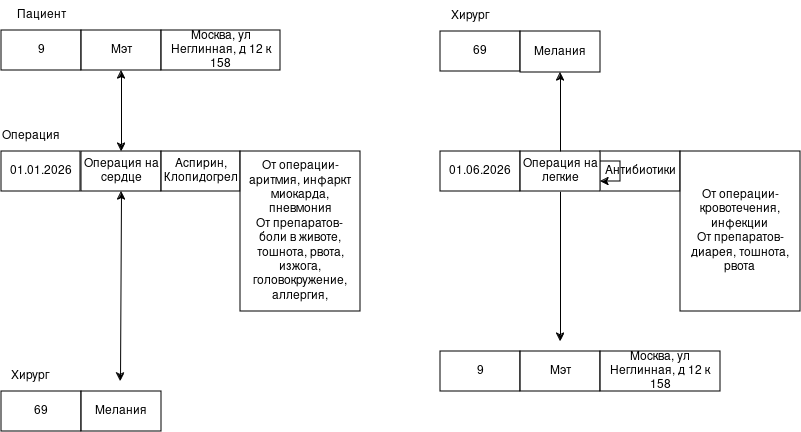
vika200925/Hello-world keeps this draw.io diagram as fons/Диаграмма без названия.drawio.png. Above is the earlier version. Source tidied: cells renumbered, new cells last; positions are measured from the earlier drawing's top-left corner, leaving out a move shared by most shapes.
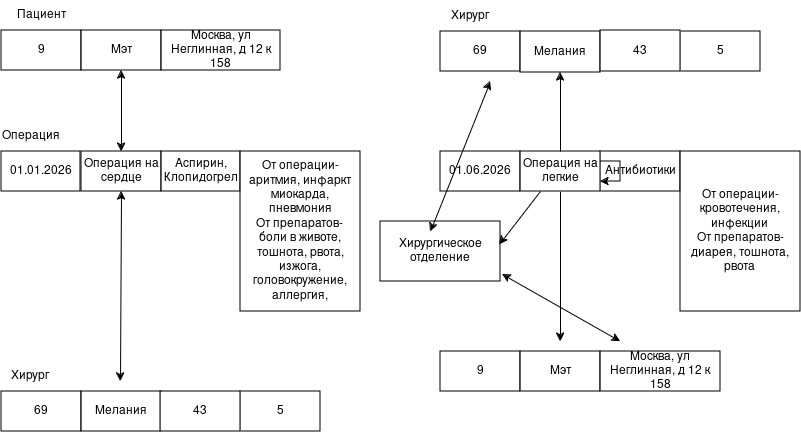
Above is the later version.

Diff of the diagram source:
```diff
@@ -102,5 +102,34 @@
     <mxCell id="32" style="edgeStyle=orthogonalEdgeStyle;rounded=0;orthogonalLoop=1;jettySize=auto;html=1;exitX=0.5;exitY=1;exitDx=0;exitDy=0;" parent="1" edge="1" source="30" target="30">
       <mxGeometry relative="1" as="geometry" />
     </mxCell>
+    <mxCell id="33" value="5" style="rounded=0;whiteSpace=wrap;html=1;" parent="1" vertex="1">
+      <mxGeometry x="240" y="391" width="80" height="40" as="geometry" />
+    </mxCell>
+    <mxCell id="34" value="43" style="rounded=0;whiteSpace=wrap;html=1;" parent="1" vertex="1">
+      <mxGeometry x="160" y="391" width="80" height="40" as="geometry" />
+    </mxCell>
+    <mxCell id="35" value="5" style="rounded=0;whiteSpace=wrap;html=1;" parent="1" vertex="1">
+      <mxGeometry x="680" y="31" width="80" height="40" as="geometry" />
+    </mxCell>
+    <mxCell id="36" value="43" style="rounded=0;whiteSpace=wrap;html=1;" parent="1" vertex="1">
+      <mxGeometry x="600" y="30" width="80" height="41" as="geometry" />
+    </mxCell>
+    <mxCell id="37" value="Хирургическое отделение" style="rounded=0;whiteSpace=wrap;html=1;" parent="1" vertex="1">
+      <mxGeometry x="380" y="221" width="120" height="60" as="geometry" />
+    </mxCell>
+    <mxCell id="38" style="endArrow=classic;startArrow=classic;html=1;rounded=0;" parent="1" edge="1">
+      <mxGeometry relative="1" as="geometry">
+        <mxPoint x="430" y="231" as="sourcePoint" />
+        <mxPoint x="490" y="81" as="targetPoint" />
+      </mxGeometry>
+    </mxCell>
+    <mxCell id="39" style="endArrow=classic;startArrow=classic;html=1;rounded=0;entryX=1.017;entryY=0.883;entryDx=0;entryDy=0;entryPerimeter=0;" parent="1" edge="1" target="37">
+      <mxGeometry relative="1" as="geometry">
+        <mxPoint x="620" y="341" as="sourcePoint" />
+      </mxGeometry>
+    </mxCell>
+    <mxCell id="40" style="endArrow=classic;html=1;rounded=0;entryX=0.992;entryY=0.383;entryDx=0;entryDy=0;entryPerimeter=0;exitX=0.25;exitY=1;exitDx=0;exitDy=0;" parent="1" edge="1" source="30" target="37">
+      <mxGeometry relative="1" as="geometry" />
+    </mxCell>
   </root>
 </mxGraphModel>
```
